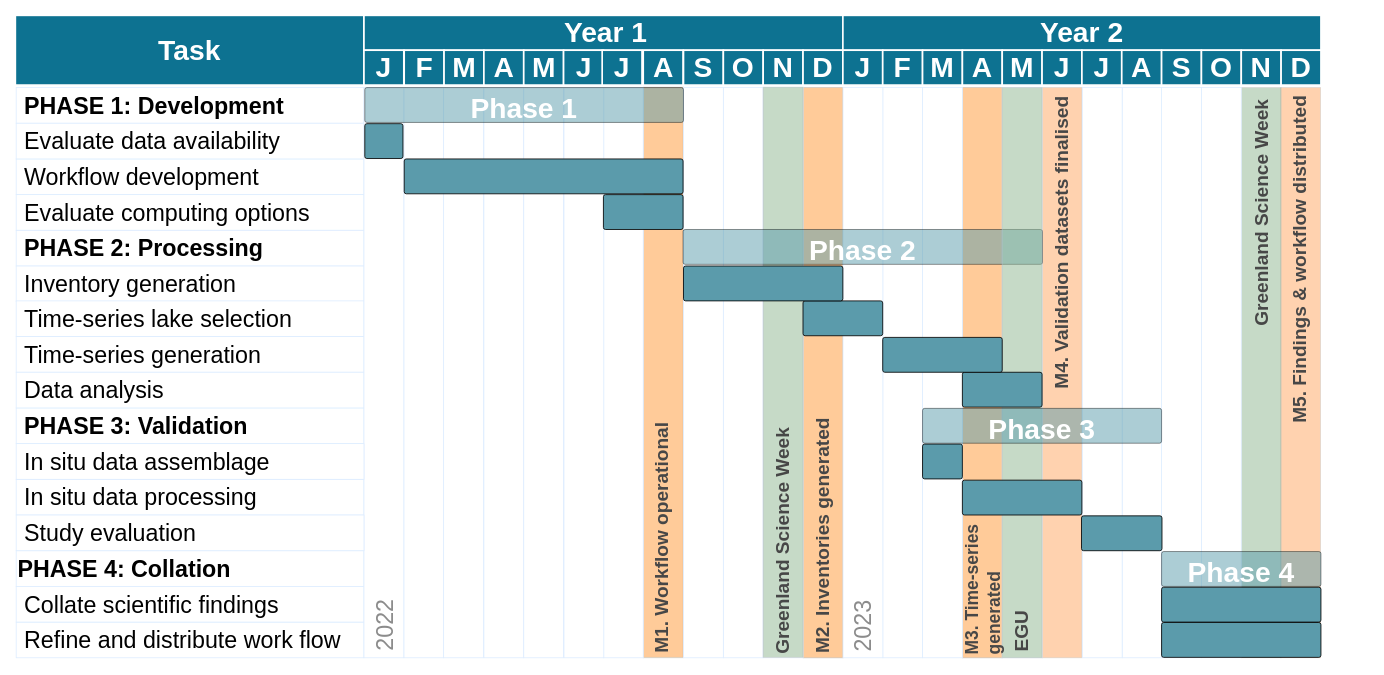
Earlier version of the draw.io diagram other/reporting/figures/gant_timeline_revised.drawio (PennyHow/GrIML). Source tidied: cells renumbered, new cells numbered last; positions are measured from the earlier drawing's top-left corner, leaving out a move shared by most shapes. Both pictures are drawn from the tidied source at 83%, with x=0, y=0 at pixel (15, 15).
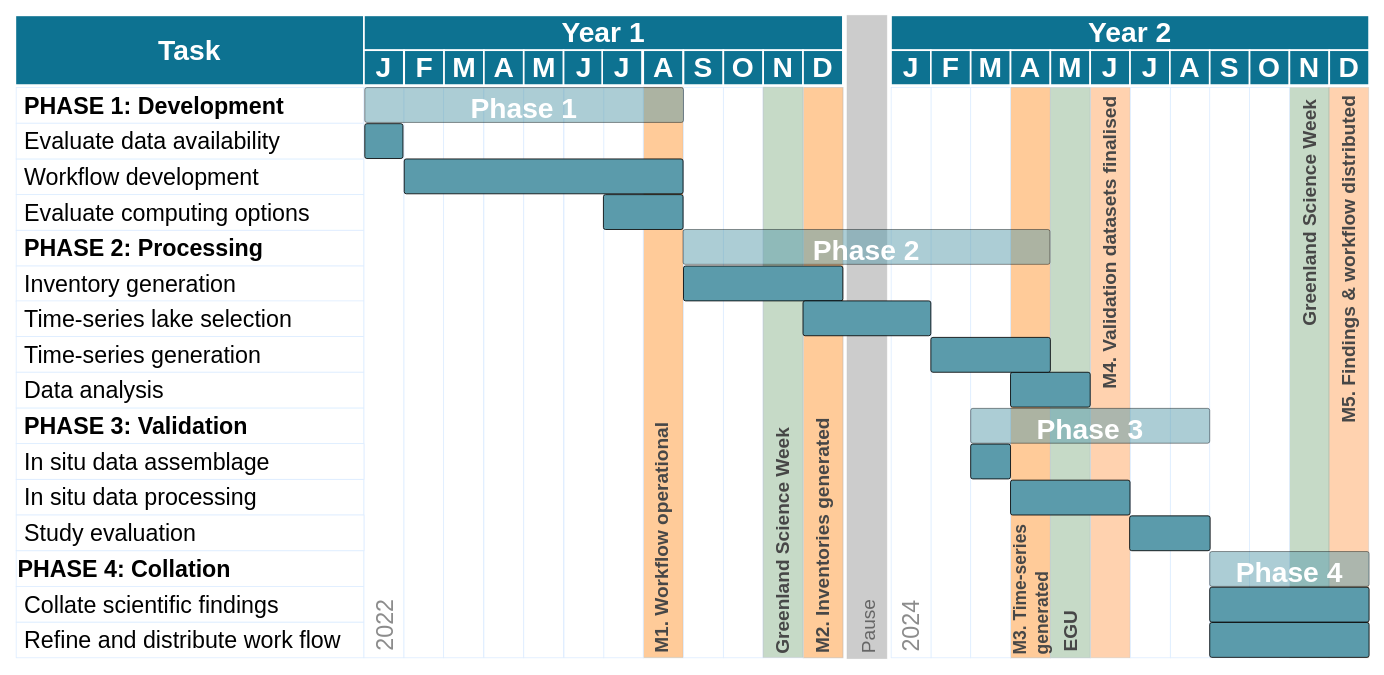
Above is the later version.

The edit, as a diff of the source:
```diff
@@
     <mxCell id="5" style="strokeColor=#DEEDFF;fontSize=12;" parent="1" vertex="1">
-      <mxGeometry x="1333.5" y="87" width="48" height="687" as="geometry" />
+      <mxGeometry x="1391.5" y="87" width="48" height="687" as="geometry" />
     </mxCell>
     <mxCell id="6" style="strokeColor=#C4C4C4;fontSize=13;opacity=50;fillColor=#FFA561;" parent="1" vertex="1">
-      <mxGeometry x="1237" y="87" width="48" height="687" as="geometry" />
+      <mxGeometry x="1295" y="87" width="48" height="687" as="geometry" />
     </mxCell>
     <mxCell id="7" style="strokeColor=#C4C4C4;fontSize=13;opacity=50;fillColor=#FFE5A8;" parent="1" vertex="1">
-      <mxGeometry x="1141" y="87" width="48" height="687" as="geometry" />
+      <mxGeometry x="1199" y="87" width="48" height="687" as="geometry" />
     </mxCell>
     <mxCell id="8" style="strokeColor=#C4C4C4;fontSize=13;opacity=50;fillColor=#FFA561;" parent="1" vertex="1">
-      <mxGeometry x="1524.5" y="87" width="48" height="687" as="geometry" />
+      <mxGeometry x="1582.5" y="87" width="48" height="687" as="geometry" />
     </mxCell>
@@
     <mxCell id="10" style="strokeColor=#C4C4C4;fontSize=13;opacity=50;fillColor=#8DB590;" parent="1" vertex="1">
-      <mxGeometry x="1477" y="87" width="48" height="687" as="geometry" />
+      <mxGeometry x="1535" y="87" width="48" height="687" as="geometry" />
     </mxCell>
     <mxCell id="11" style="strokeColor=#C4C4C4;fontSize=13;opacity=50;fillColor=#FFA561;" parent="1" vertex="1">
-      <mxGeometry x="1141" y="87" width="48" height="687" as="geometry" />
+      <mxGeometry x="1199" y="87" width="48" height="687" as="geometry" />
     </mxCell>
@@
     <mxCell id="14" style="strokeColor=#DEEDFF;fontSize=12;" parent="1" vertex="1">
-      <mxGeometry x="1045" y="87" width="48" height="687" as="geometry" />
+      <mxGeometry x="1103" y="87" width="48" height="687" as="geometry" />
     </mxCell>
     <mxCell id="15" style="strokeColor=#DEEDFF;fontSize=12;" parent="1" vertex="1">
-      <mxGeometry x="1093" y="87" width="48" height="687" as="geometry" />
+      <mxGeometry x="1151" y="87" width="48" height="687" as="geometry" />
     </mxCell>
     <mxCell id="16" style="strokeColor=#DEEDFF;fontSize=12;" parent="1" vertex="1">
-      <mxGeometry x="1189" y="87" width="48" height="687" as="geometry" />
+      <mxGeometry x="1247" y="87" width="48" height="687" as="geometry" />
     </mxCell>
     <mxCell id="17" style="strokeColor=#DEEDFF;fontSize=12;" parent="1" vertex="1">
-      <mxGeometry x="1381" y="87" width="48" height="687" as="geometry" />
+      <mxGeometry x="1439" y="87" width="48" height="687" as="geometry" />
     </mxCell>
     <mxCell id="18" style="strokeColor=#DEEDFF;fontSize=12;" parent="1" vertex="1">
-      <mxGeometry x="1429" y="87" width="48" height="687" as="geometry" />
+      <mxGeometry x="1487" y="87" width="48" height="687" as="geometry" />
     </mxCell>
@@
     <mxCell id="34" value="Year 1" style="strokeColor=#FFFFFF;strokeWidth=2;fontColor=#FFFFFF;fontStyle=1;fontSize=34;whiteSpace=wrap;fillColor=#0D7291;" parent="1" vertex="1">
-      <mxGeometry x="420" width="583" height="42" as="geometry" />
+      <mxGeometry x="420" width="577" height="42" as="geometry" />
     </mxCell>
@@
     <mxCell id="45" value="Greenland Science Week" style="text;html=1;strokeColor=none;fillColor=none;align=center;verticalAlign=middle;whiteSpace=wrap;rounded=0;glass=0;comic=0;fontSize=23;horizontal=0;fontStyle=1;fontColor=#474747;" parent="1" vertex="1">
-      <mxGeometry x="1481" y="87" width="40" height="303" as="geometry" />
+      <mxGeometry x="1539" y="87" width="40" height="303" as="geometry" />
     </mxCell>
@@
     <mxCell id="50" style="shape=mxgraph.flowchart.process;strokeColor=#000000;strokeWidth=1;gradientColor=none;fillColor=#5B9BAB;" parent="1" vertex="1">
-      <mxGeometry x="1093" y="516.5" width="48" height="42" as="geometry" />
+      <mxGeometry x="1151" y="516.5" width="48" height="42" as="geometry" />
     </mxCell>
     <mxCell id="51" style="shape=mxgraph.flowchart.process;strokeColor=#000000;strokeWidth=1;gradientColor=none;fillColor=#5B9BAB;" parent="1" vertex="1">
-      <mxGeometry x="1381" y="689" width="192" height="42" as="geometry" />
+      <mxGeometry x="1439" y="689" width="192" height="42" as="geometry" />
     </mxCell>
     <mxCell id="52" style="shape=mxgraph.flowchart.process;strokeColor=#000000;strokeWidth=1;gradientColor=none;fillColor=#5B9BAB;" parent="1" vertex="1">
-      <mxGeometry x="1381" y="731.5" width="192" height="42" as="geometry" />
+      <mxGeometry x="1439" y="731.5" width="192" height="42" as="geometry" />
     </mxCell>
@@
     <mxCell id="64" value="Year 2" style="strokeColor=#FFFFFF;strokeWidth=2;fontColor=#FFFFFF;fontStyle=1;fontSize=34;whiteSpace=wrap;fillColor=#0D7291;" parent="1" vertex="1">
-      <mxGeometry x="997" width="576" height="42" as="geometry" />
+      <mxGeometry x="1055" width="576" height="42" as="geometry" />
     </mxCell>
     <mxCell id="65" value="J" style="strokeColor=#FFFFFF;strokeWidth=2;fontColor=#FFFFFF;fontStyle=1;fontSize=34;whiteSpace=wrap;fillColor=#0D7291;" parent="1" vertex="1">
-      <mxGeometry x="997" y="42" width="48" height="42" as="geometry" />
+      <mxGeometry x="1055" y="42" width="48" height="42" as="geometry" />
     </mxCell>
     <mxCell id="66" value="F" style="strokeColor=#FFFFFF;strokeWidth=2;fontColor=#FFFFFF;fontStyle=1;fontSize=34;whiteSpace=wrap;fillColor=#0D7291;" parent="1" vertex="1">
-      <mxGeometry x="1045" y="42" width="48" height="42" as="geometry" />
+      <mxGeometry x="1103" y="42" width="48" height="42" as="geometry" />
     </mxCell>
     <mxCell id="67" value="M" style="strokeColor=#FFFFFF;strokeWidth=2;fontColor=#FFFFFF;fontStyle=1;fontSize=34;whiteSpace=wrap;fillColor=#0D7291;" parent="1" vertex="1">
-      <mxGeometry x="1093" y="42" width="48" height="42" as="geometry" />
+      <mxGeometry x="1151" y="42" width="48" height="42" as="geometry" />
     </mxCell>
     <mxCell id="68" value="A" style="strokeColor=#FFFFFF;strokeWidth=2;fontColor=#FFFFFF;fontStyle=1;fontSize=34;whiteSpace=wrap;fillColor=#0D7291;" parent="1" vertex="1">
-      <mxGeometry x="1141" y="42" width="48" height="42" as="geometry" />
+      <mxGeometry x="1199" y="42" width="48" height="42" as="geometry" />
     </mxCell>
     <mxCell id="69" value="M" style="strokeColor=#FFFFFF;strokeWidth=2;fontColor=#FFFFFF;fontStyle=1;fontSize=34;whiteSpace=wrap;fillColor=#0D7291;" parent="1" vertex="1">
-      <mxGeometry x="1189" y="42" width="48" height="42" as="geometry" />
+      <mxGeometry x="1247" y="42" width="48" height="42" as="geometry" />
     </mxCell>
     <mxCell id="70" value="J" style="strokeColor=#FFFFFF;strokeWidth=2;fontColor=#FFFFFF;fontStyle=1;fontSize=34;whiteSpace=wrap;fillColor=#0D7291;" parent="1" vertex="1">
-      <mxGeometry x="1237" y="42" width="48" height="42" as="geometry" />
+      <mxGeometry x="1295" y="42" width="48" height="42" as="geometry" />
     </mxCell>
     <mxCell id="71" value="J" style="strokeColor=#FFFFFF;strokeWidth=2;fontColor=#FFFFFF;fontStyle=1;fontSize=34;whiteSpace=wrap;fillColor=#0D7291;" parent="1" vertex="1">
-      <mxGeometry x="1285" y="42" width="48" height="42" as="geometry" />
+      <mxGeometry x="1343" y="42" width="48" height="42" as="geometry" />
     </mxCell>
     <mxCell id="72" value="A" style="strokeColor=#FFFFFF;strokeWidth=2;fontColor=#FFFFFF;fontStyle=1;fontSize=34;whiteSpace=wrap;fillColor=#0D7291;" parent="1" vertex="1">
-      <mxGeometry x="1333" y="42" width="48" height="42" as="geometry" />
+      <mxGeometry x="1391" y="42" width="48" height="42" as="geometry" />
     </mxCell>
     <mxCell id="73" value="S" style="strokeColor=#FFFFFF;strokeWidth=2;fontColor=#FFFFFF;fontStyle=1;fontSize=34;whiteSpace=wrap;fillColor=#0D7291;" parent="1" vertex="1">
-      <mxGeometry x="1381" y="42" width="48" height="42" as="geometry" />
+      <mxGeometry x="1439" y="42" width="48" height="42" as="geometry" />
     </mxCell>
     <mxCell id="74" value="O" style="strokeColor=#FFFFFF;strokeWidth=2;fontColor=#FFFFFF;fontStyle=1;fontSize=34;whiteSpace=wrap;fillColor=#0D7291;" parent="1" vertex="1">
-      <mxGeometry x="1429" y="42" width="48" height="42" as="geometry" />
+      <mxGeometry x="1487" y="42" width="48" height="42" as="geometry" />
     </mxCell>
     <mxCell id="75" value="N" style="strokeColor=#FFFFFF;strokeWidth=2;fontColor=#FFFFFF;fontStyle=1;fontSize=34;whiteSpace=wrap;fillColor=#0D7291;" parent="1" vertex="1">
-      <mxGeometry x="1477" y="42" width="48" height="42" as="geometry" />
+      <mxGeometry x="1535" y="42" width="48" height="42" as="geometry" />
     </mxCell>
     <mxCell id="76" value="D" style="strokeColor=#FFFFFF;strokeWidth=2;fontColor=#FFFFFF;fontStyle=1;fontSize=34;whiteSpace=wrap;fillColor=#0D7291;" parent="1" vertex="1">
-      <mxGeometry x="1525" y="42" width="48" height="42" as="geometry" />
+      <mxGeometry x="1583" y="42" width="48" height="42" as="geometry" />
     </mxCell>
     <mxCell id="77" style="strokeColor=#DEEDFF;fontSize=12;" parent="1" vertex="1">
-      <mxGeometry x="997.2" y="87" width="48" height="687" as="geometry" />
+      <mxGeometry x="1055.2" y="87" width="48" height="687" as="geometry" />
     </mxCell>
@@
     <mxCell id="81" value="M4. Validation datasets finalised" style="text;html=1;strokeColor=none;fillColor=none;align=center;verticalAlign=middle;whiteSpace=wrap;rounded=0;glass=0;comic=0;fontSize=23;horizontal=0;fontStyle=1;fontColor=#474747;" parent="1" vertex="1">
-      <mxGeometry x="1241" y="88" width="40" height="372" as="geometry" />
+      <mxGeometry x="1299" y="88" width="40" height="372" as="geometry" />
     </mxCell>
     <mxCell id="82" value="M5. Findings &amp;amp; workflow distributed" style="text;html=1;strokeColor=none;fillColor=none;align=center;verticalAlign=middle;whiteSpace=wrap;rounded=0;glass=0;comic=0;fontSize=23;horizontal=0;fontStyle=1;fontColor=#474747;" parent="1" vertex="1">
-      <mxGeometry x="1528" y="88" width="40" height="412" as="geometry" />
+      <mxGeometry x="1586" y="88" width="40" height="412" as="geometry" />
     </mxCell>
@@
-    <mxCell id="84" value="2023" style="text;html=1;strokeColor=none;fillColor=none;align=left;verticalAlign=middle;whiteSpace=wrap;rounded=0;glass=0;comic=0;fontSize=28;horizontal=0;fontStyle=0;fontColor=#8C8C8C;" parent="1" vertex="1">
-      <mxGeometry x="997.2" y="670" width="48" height="98.8" as="geometry" />
+    <mxCell id="84" value="2024" style="text;html=1;strokeColor=none;fillColor=none;align=left;verticalAlign=middle;whiteSpace=wrap;rounded=0;glass=0;comic=0;fontSize=28;horizontal=0;fontStyle=0;fontColor=#8C8C8C;" parent="1" vertex="1">
+      <mxGeometry x="1055.2" y="670" width="48" height="98.8" as="geometry" />
     </mxCell>
@@
     <mxCell id="86" style="strokeColor=#DEEDFF;fontSize=12;" parent="1" vertex="1">
-      <mxGeometry x="1285.5" y="87" width="48" height="687" as="geometry" />
+      <mxGeometry x="1343.5" y="87" width="48" height="687" as="geometry" />
     </mxCell>
-    <mxCell id="87" value="Phase 2" style="shape=mxgraph.flowchart.process;strokeColor=#000000;strokeWidth=1;fontSize=34;fontColor=#ffffff;fontStyle=1;opacity=50;fillColor=#5B9BAB;" parent="1" vertex="1">
-      <mxGeometry x="804.5" y="258" width="433" height="42" as="geometry" />
-    </mxCell>
     <mxCell id="88" style="strokeColor=#C4C4C4;fontSize=13;opacity=50;fillColor=#8DB590;" parent="1" vertex="1">
-      <mxGeometry x="1189" y="87" width="48" height="687" as="geometry" />
+      <mxGeometry x="1247" y="87" width="48" height="687" as="geometry" />
     </mxCell>
@@
     <mxCell id="90" value="EGU" style="text;html=1;strokeColor=none;fillColor=none;align=left;verticalAlign=middle;whiteSpace=wrap;rounded=0;glass=0;comic=0;fontSize=23;horizontal=0;fontStyle=1;fontColor=#474747;" parent="1" vertex="1">
-      <mxGeometry x="1193" y="473" width="40" height="296" as="geometry" />
+      <mxGeometry x="1251" y="473" width="40" height="296" as="geometry" />
     </mxCell>
     <mxCell id="91" value="M3. Time-series generated" style="text;html=1;strokeColor=none;fillColor=none;align=left;verticalAlign=middle;whiteSpace=wrap;rounded=0;glass=0;comic=0;fontSize=21;horizontal=0;fontStyle=1;fontColor=#474747;" parent="1" vertex="1">
-      <mxGeometry x="1145" y="576.5" width="40" height="196" as="geometry" />
+      <mxGeometry x="1203" y="576.5" width="40" height="196" as="geometry" />
     </mxCell>
     <mxCell id="92" value="Phase 3" style="shape=mxgraph.flowchart.process;strokeColor=#000000;strokeWidth=1;fontSize=34;fontColor=#ffffff;fontStyle=1;opacity=50;fillColor=#5B9BAB;" parent="1" vertex="1">
-      <mxGeometry x="1093" y="473.5" width="288" height="42" as="geometry" />
+      <mxGeometry x="1151" y="473.5" width="288" height="42" as="geometry" />
     </mxCell>
     <mxCell id="93" style="shape=mxgraph.flowchart.process;strokeColor=#000000;strokeWidth=1;gradientColor=none;fillColor=#5B9BAB;" parent="1" vertex="1">
-      <mxGeometry x="1141" y="560" width="144" height="42" as="geometry" />
+      <mxGeometry x="1199" y="560" width="144" height="42" as="geometry" />
     </mxCell>
     <mxCell id="94" style="shape=mxgraph.flowchart.process;strokeColor=#000000;strokeWidth=1;gradientColor=none;fillColor=#5B9BAB;" parent="1" vertex="1">
-      <mxGeometry x="1284.5" y="603" width="97" height="42" as="geometry" />
+      <mxGeometry x="1342.5" y="603" width="97" height="42" as="geometry" />
     </mxCell>
     <mxCell id="95" style="shape=mxgraph.flowchart.process;strokeColor=#000000;strokeWidth=1;gradientColor=none;fillColor=#5B9BAB;" parent="1" vertex="1">
-      <mxGeometry x="1141" y="430" width="96" height="42" as="geometry" />
+      <mxGeometry x="1199" y="430" width="96" height="42" as="geometry" />
     </mxCell>
     <mxCell id="96" style="shape=mxgraph.flowchart.process;strokeColor=#000000;strokeWidth=1;gradientColor=none;fillColor=#5B9BAB;" parent="1" vertex="1">
-      <mxGeometry x="1045" y="388" width="144" height="42" as="geometry" />
+      <mxGeometry x="1103" y="388" width="144" height="42" as="geometry" />
     </mxCell>
-    <mxCell id="97" style="shape=mxgraph.flowchart.process;strokeColor=#000000;strokeWidth=1;gradientColor=none;fillColor=#5B9BAB;" parent="1" vertex="1">
-      <mxGeometry x="949" y="344" width="96" height="42" as="geometry" />
-    </mxCell>
@@
     <mxCell id="99" value="Phase 4" style="shape=mxgraph.flowchart.process;strokeColor=#000000;strokeWidth=1;fontSize=34;fontColor=#ffffff;fontStyle=1;opacity=50;fillColor=#5B9BAB;" parent="1" vertex="1">
-      <mxGeometry x="1381" y="646" width="192" height="42" as="geometry" />
+      <mxGeometry x="1439" y="646" width="192" height="42" as="geometry" />
     </mxCell>
+    <mxCell id="100" value="Pause" style="strokeColor=#C4C4C4;fontSize=23;opacity=50;fillColor=#999999;horizontal=0;align=left;spacingLeft=5;fontStyle=0;fontColor=#666666;" parent="1" vertex="1">
+      <mxGeometry x="1002" width="48" height="775" as="geometry" />
+    </mxCell>
+    <mxCell id="87" value="Phase 2" style="shape=mxgraph.flowchart.process;strokeColor=#000000;strokeWidth=1;fontSize=34;fontColor=#ffffff;fontStyle=1;opacity=50;fillColor=#5B9BAB;" parent="1" vertex="1">
+      <mxGeometry x="804.5" y="258" width="442" height="42" as="geometry" />
+    </mxCell>
+    <mxCell id="97" style="shape=mxgraph.flowchart.process;strokeColor=#000000;strokeWidth=1;gradientColor=none;fillColor=#5B9BAB;" parent="1" vertex="1">
+      <mxGeometry x="949" y="344" width="154" height="42" as="geometry" />
+    </mxCell>
```
